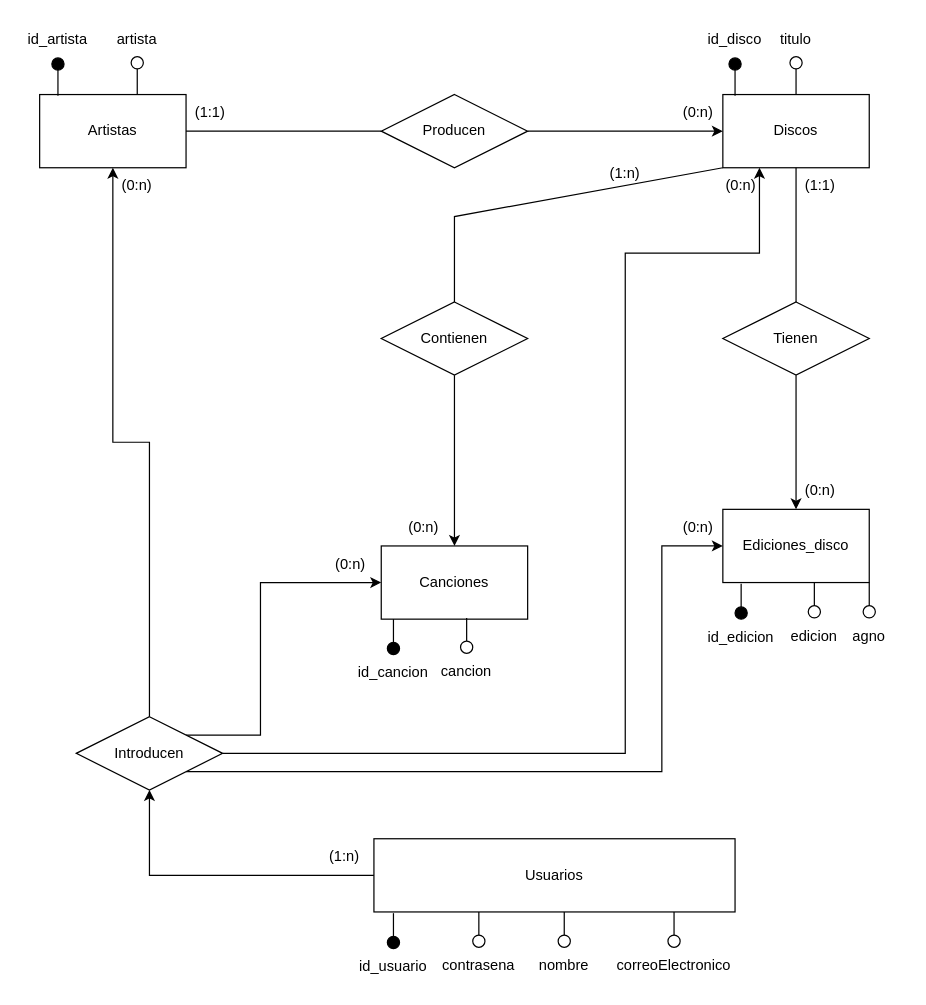
This is Código/src/PROGRAMAMODULADO/Diagramas y modelos/Modelo entidad relacion/Diagrama ER.drawio from alexmr210/GrooveHub, a draw.io file, before an edit. Source tidied: cells renumbered, new cells numbered last; positions are measured from the earlier drawing's top-left corner, leaving out a move shared by most shapes. Both pictures are drawn from the tidied source at 122%, with x=0, y=0 at pixel (21, 21).
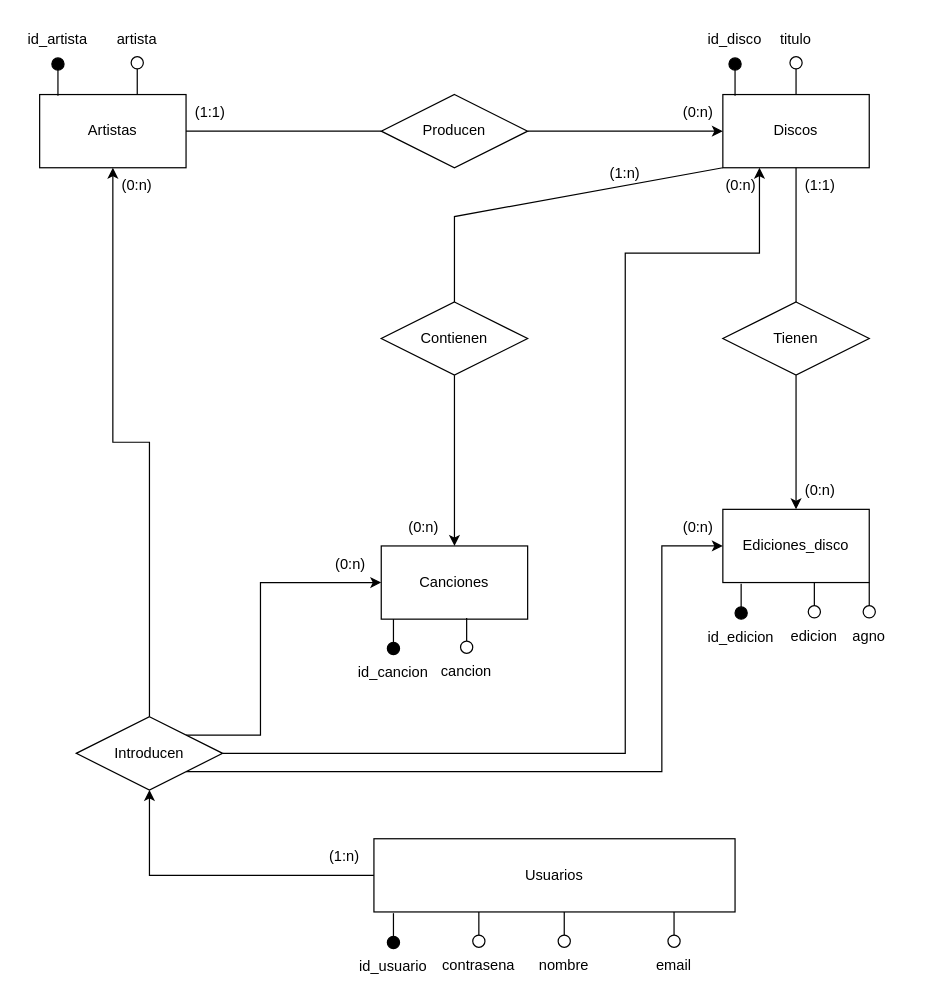
After the change.

The edit, as a diff of the source:
```diff
@@
-    <mxCell id="70" value="correoElectronico" style="text;html=1;strokeColor=none;fillColor=none;align=center;verticalAlign=middle;whiteSpace=wrap;rounded=0;" parent="1" vertex="1">
+    <mxCell id="70" value="email" style="text;html=1;strokeColor=none;fillColor=none;align=center;verticalAlign=middle;whiteSpace=wrap;rounded=0;" parent="1" vertex="1">
       <mxGeometry x="505" y="759" width="60" height="30" as="geometry" />
     </mxCell>
```
